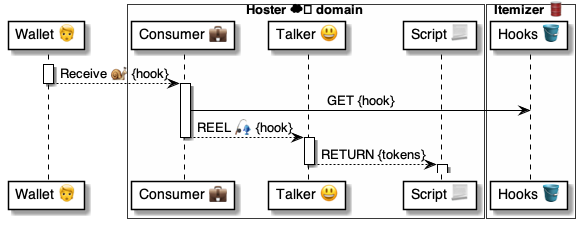
pollyweb-org/pollyweb-docs keeps this PlantUML diagram as 4 ⚙️ Solution/41 🎭 Domain Roles/Consumers 💼/💼🅰️ Consumer methods/Receive 🧑‍🦰🐌💼/💼 Receive ⚙️ uml.png. Above is the earlier version. Its source is kept beside it as 4 ⚙️ Solution/41 🎭 Domain Roles/Consumers 💼/💼🅰️ Consumer methods/Receive 🧑‍🦰🐌💼/💼 Receive ⚙️ uml.puml. Its diagram source:
```plantuml
@startuml Receive@Consumer

participant "Wallet 🧑" as wallet

box Hoster ☁️ domain #FFFFFA
    participant "Consumer 💼" as consumer
    participant "Talker 😃" as talker
    participant "Script 📃" as script
end box

box Itemizer 🛢 #FFFFFA
    participant "Hooks 🪣" as hooks
end box


activate wallet
    wallet --> consumer: Receive 🐌 {hook}
deactivate wallet

activate consumer
    consumer -> hooks: GET {hook}
    consumer --> talker: REEL 🎣 {hook}
deactivate consumer

activate talker
    talker --> script: RETURN {tokens}
deactivate talker

activate script
deactivate script

@enduml
```
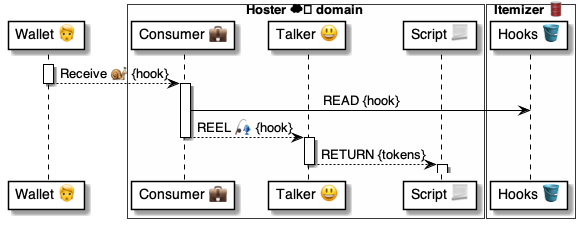
After the commit.

Diff of the diagram source:
```diff
@@ -18,7 +18,7 @@
 deactivate wallet
 
 activate consumer
-    consumer -> hooks: GET {hook}
+    consumer -> hooks: READ {hook}
     consumer --> talker: REEL 🎣 {hook}
 deactivate consumer
 
```
